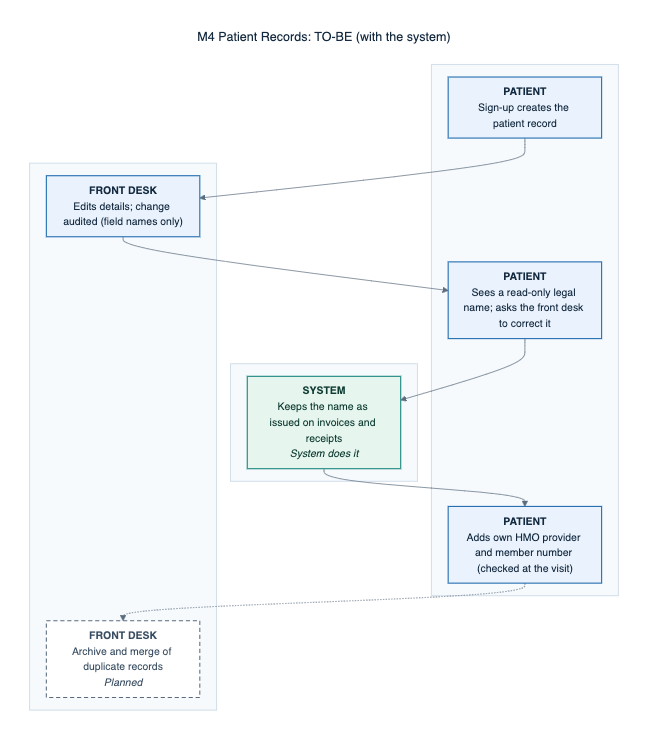
Above: docs/defense/diagrams/png/M4-patient-records-to-be.png in 0phem/multibranch-dental-clinic (Mermaid), before the change. Its source is kept beside it as docs/defense/diagrams/M4-patient-records-to-be.mmd.
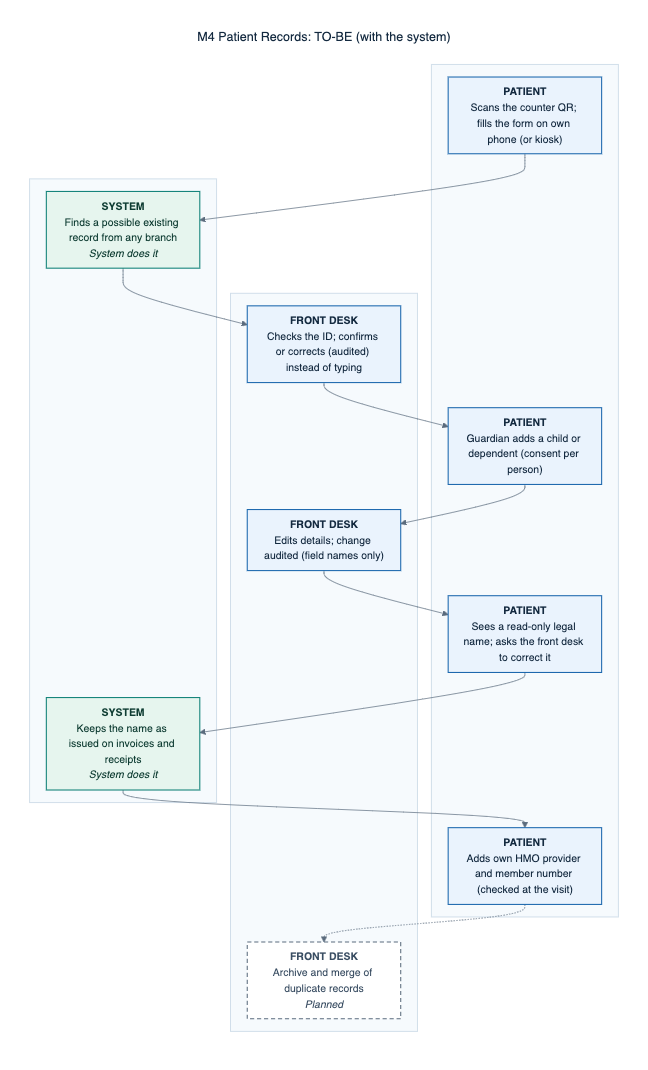
After the change.

Diff of the diagram source:
```diff
@@ -4,24 +4,30 @@
 flowchart TB
     subgraph L0[" "]
     direction LR
-      S0["<b>PATIENT</b><br/>Sign-up creates the patient record"]:::manual
-      S2["<b>PATIENT</b><br/>Sees a read-only legal name; asks the front desk to correct it"]:::manual
-      S4["<b>PATIENT</b><br/>Adds own HMO provider and member number (checked at the visit)"]:::manual
+      S0["<b>PATIENT</b><br/>Scans the counter QR; fills the form on own phone (or kiosk)"]:::manual
+      S3["<b>PATIENT</b><br/>Guardian adds a child or dependent (consent per person)"]:::manual
+      S5["<b>PATIENT</b><br/>Sees a read-only legal name; asks the front desk to correct it"]:::manual
+      S7["<b>PATIENT</b><br/>Adds own HMO provider and member number (checked at the visit)"]:::manual
     end
     subgraph L1[" "]
     direction LR
-      S1["<b>FRONT DESK</b><br/>Edits details; change audited (field names only)"]:::manual
-      S5["<b>FRONT DESK</b><br/>Archive and merge of duplicate records<br/><i>Planned</i>"]:::planned
+      S2["<b>FRONT DESK</b><br/>Checks the ID; confirms or corrects (audited) instead of typing"]:::manual
+      S4["<b>FRONT DESK</b><br/>Edits details; change audited (field names only)"]:::manual
+      S8["<b>FRONT DESK</b><br/>Archive and merge of duplicate records<br/><i>Planned</i>"]:::planned
     end
     subgraph L4[" "]
     direction LR
-      S3["<b>SYSTEM</b><br/>Keeps the name as issued on invoices and receipts<br/><i>System does it</i>"]:::auto
+      S1["<b>SYSTEM</b><br/>Finds a possible existing record from any branch<br/><i>System does it</i>"]:::auto
+      S6["<b>SYSTEM</b><br/>Keeps the name as issued on invoices and receipts<br/><i>System does it</i>"]:::auto
     end
     S0 --> S1
     S1 --> S2
     S2 --> S3
     S3 --> S4
-    S4 -.-> S5
+    S4 --> S5
+    S5 --> S6
+    S6 --> S7
+    S7 -.-> S8
     classDef cited fill:#eaf3fd,stroke:#1865ac,color:#142a40,stroke-width:1.5px
     classDef confirm fill:#fffaf0,stroke:#b26a00,color:#5e3c00,stroke-width:1.5px,stroke-dasharray:6 4
     classDef auto fill:#e6f5ee,stroke:#0c7f75,color:#0f3d33,stroke-width:1.5px
```
